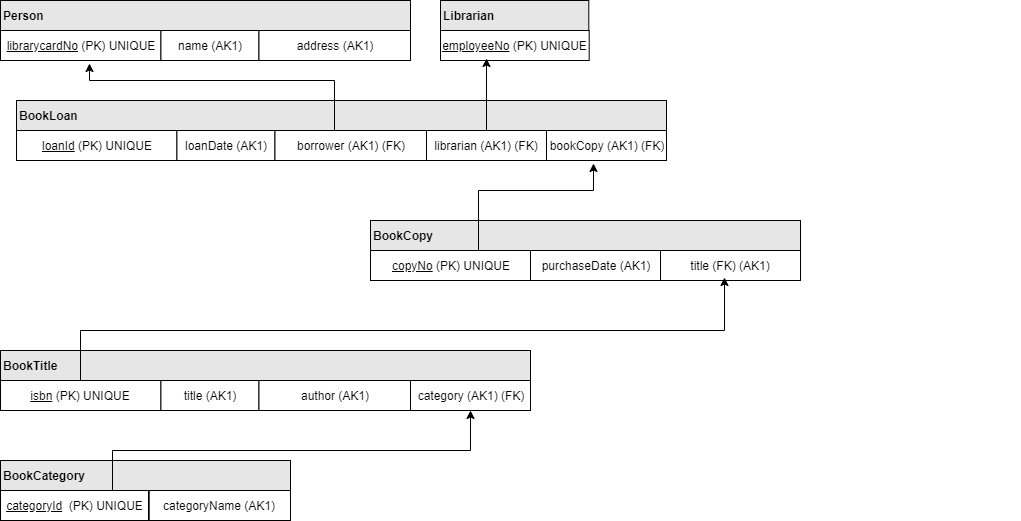
kestersimm/drawio keeps this draw.io diagram as rdm.png. Above is the earlier version. Source tidied: cells renumbered, new cells last; positions are measured from the earlier drawing's top-left corner, leaving out a move shared by most shapes.
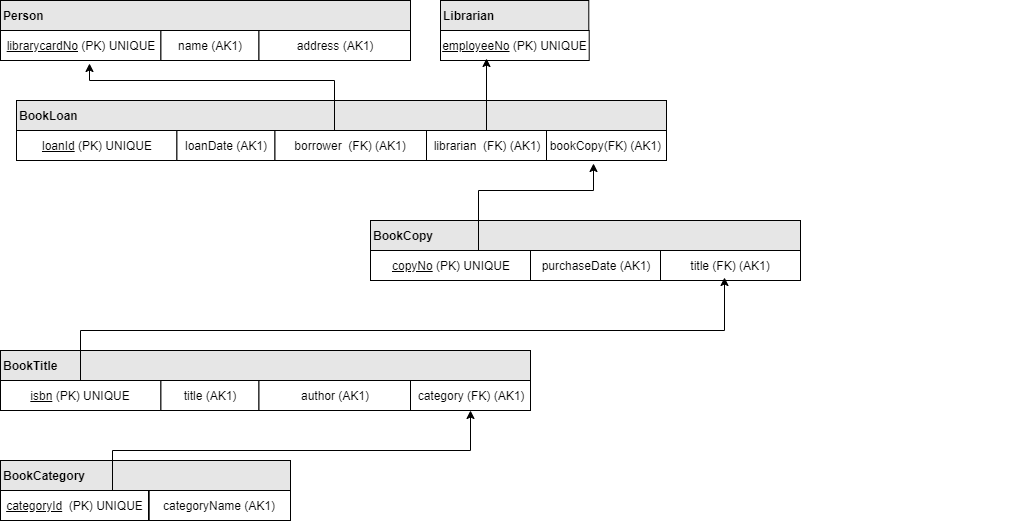
Later version of the same file.

What changed in the source:
```diff
@@ -29,13 +29,13 @@
     <mxCell id="10" value="loanDate (AK1)" style="rounded=0;whiteSpace=wrap;html=1;" parent="7" vertex="1">
       <mxGeometry x="160.4" y="30" width="98" height="30" as="geometry" />
     </mxCell>
-    <mxCell id="11" value="borrower (AK1) (FK)" style="rounded=0;whiteSpace=wrap;html=1;" parent="7" vertex="1">
+    <mxCell id="11" value="borrower&amp;nbsp; (FK) (AK1)" style="rounded=0;whiteSpace=wrap;html=1;" parent="7" vertex="1">
       <mxGeometry x="258.5" y="30" width="151.5" height="30" as="geometry" />
     </mxCell>
-    <mxCell id="12" value="librarian (AK1) (FK)" style="rounded=0;whiteSpace=wrap;html=1;fillColor=none;" parent="7" vertex="1">
+    <mxCell id="12" value="librarian&amp;nbsp; (FK) (AK1)" style="rounded=0;whiteSpace=wrap;html=1;fillColor=none;" parent="7" vertex="1">
       <mxGeometry x="410" y="30" width="120" height="30" as="geometry" />
     </mxCell>
-    <mxCell id="13" value="bookCopy (AK1) (FK)" style="rounded=0;whiteSpace=wrap;html=1;fillColor=none;" parent="7" vertex="1">
+    <mxCell id="13" value="bookCopy(FK) (AK1)&amp;nbsp;" style="rounded=0;whiteSpace=wrap;html=1;fillColor=none;" parent="7" vertex="1">
       <mxGeometry x="530" y="30" width="120" height="30" as="geometry" />
     </mxCell>
     <mxCell id="14" style="group;" parent="1" vertex="1">
@@ -68,7 +68,7 @@
     <mxCell id="23" value="author (AK1)" style="rounded=0;whiteSpace=wrap;html=1;" parent="19" vertex="1">
       <mxGeometry x="258.5" y="30" width="151.5" height="30" as="geometry" />
     </mxCell>
-    <mxCell id="24" value="category (AK1) (FK)" style="rounded=0;whiteSpace=wrap;html=1;fillColor=none;" parent="19" vertex="1">
+    <mxCell id="24" value="category (FK) (AK1)" style="rounded=0;whiteSpace=wrap;html=1;fillColor=none;" parent="19" vertex="1">
       <mxGeometry x="410" y="30" width="120" height="30" as="geometry" />
     </mxCell>
     <mxCell id="25" style="group;" parent="1" vertex="1">
```
